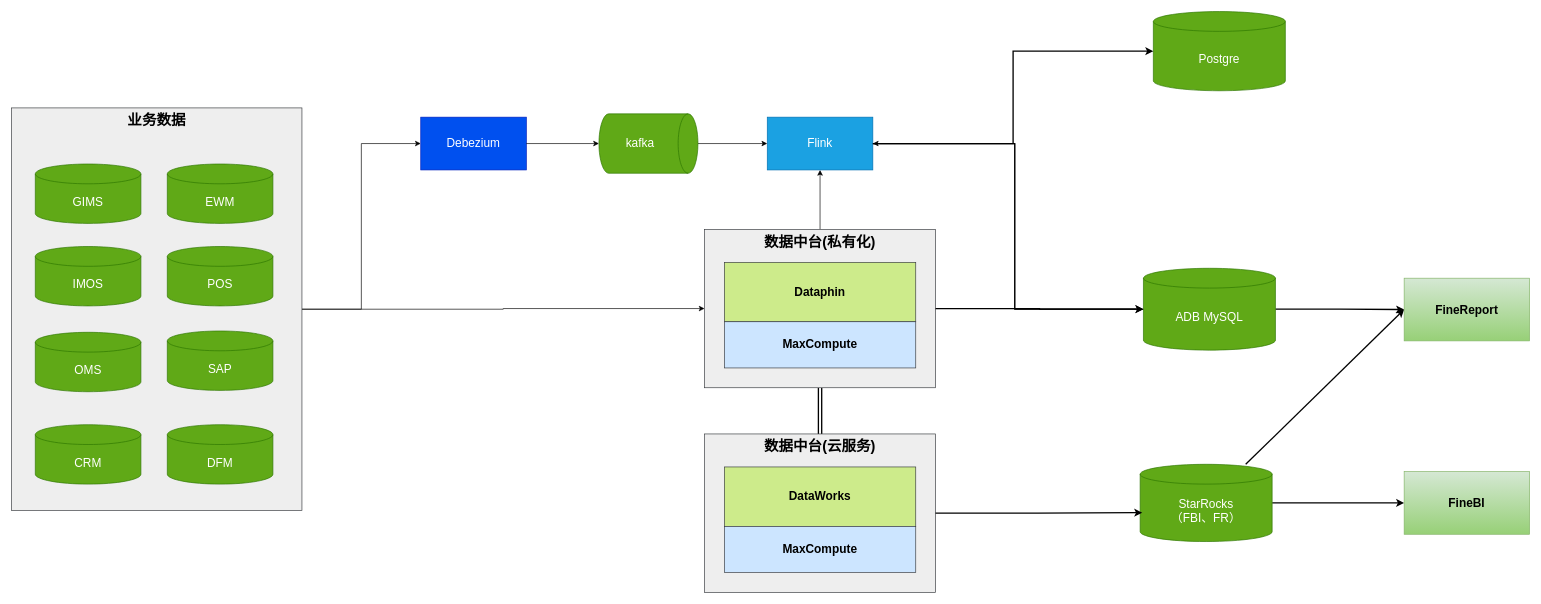
Earlier version of the draw.io diagram page "技术架构" (1 of 3) of bsd.drawio (starzy1990/diagrams). Source tidied: cells renumbered, new cells numbered last; positions are measured from the earlier drawing's top-left corner, leaving out a move shared by most shapes. Both pictures are drawn from the tidied source at 66%, with x=0, y=0 at pixel (11, 11).
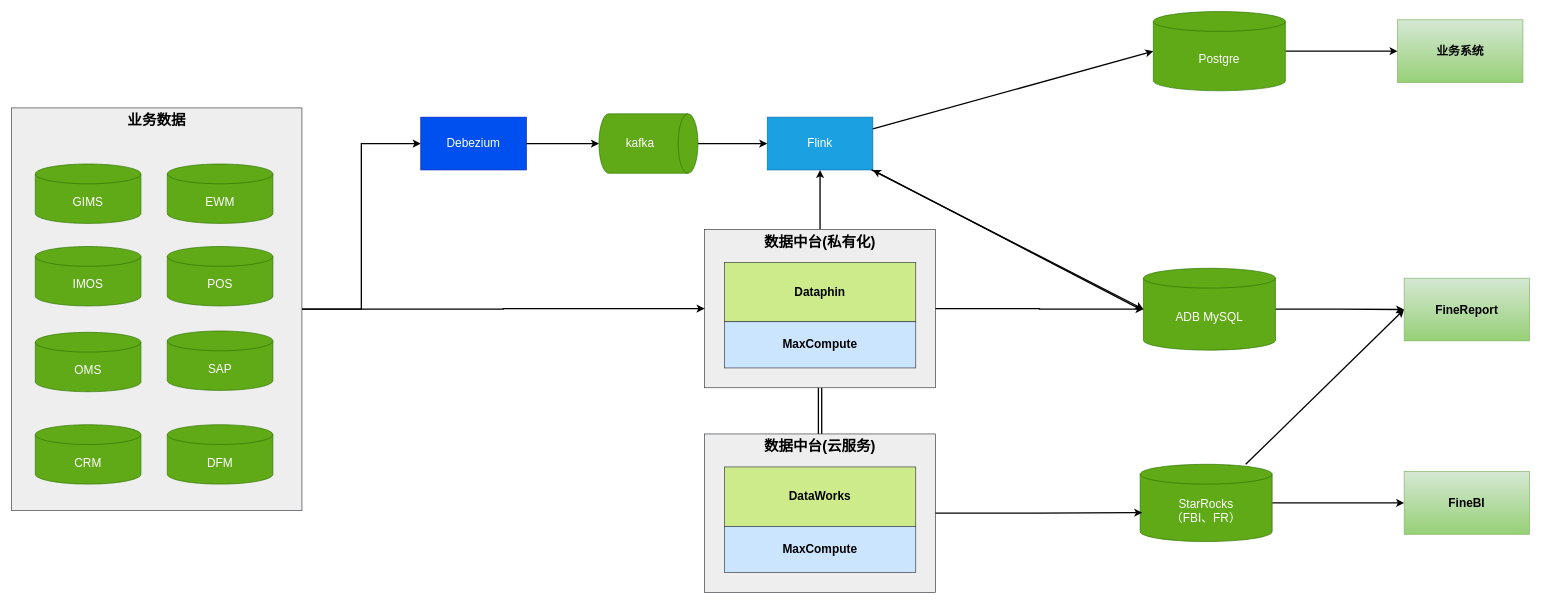
After the change.

The change refers to these unchanged cells:
```xml
<mxCell id="4" value="数据中台(私有化)" style="rounded=0;whiteSpace=wrap;html=1;fillColor=#eeeeee;strokeColor=#36393d;verticalAlign=top;fontSize=22;fontStyle=1;" parent="1" vertex="1">
  <mxGeometry x="1050" y="330" width="350" height="240" as="geometry" />
</mxCell>
<mxCell id="7" value="Postgre" style="shape=cylinder3;whiteSpace=wrap;html=1;boundedLbl=1;backgroundOutline=1;size=15;fillColor=#60a917;strokeColor=#2D7600;fontColor=#ffffff;fontSize=18;" parent="1" vertex="1">
  <mxGeometry x="1730" width="200" height="120" as="geometry" />
</mxCell>
<mxCell id="13" value="ADB MySQL" style="shape=cylinder3;whiteSpace=wrap;html=1;boundedLbl=1;backgroundOutline=1;size=15;fillColor=#60a917;strokeColor=#2D7600;fontColor=#ffffff;fontSize=18;" parent="1" vertex="1">
  <mxGeometry x="1715" y="389" width="200" height="124" as="geometry" />
</mxCell>
<mxCell id="18" value="Flink" style="rounded=0;whiteSpace=wrap;html=1;fillColor=#1ba1e2;fontColor=#ffffff;strokeColor=#006EAF;fontSize=18;" parent="1" vertex="1">
  <mxGeometry x="1145" y="160" width="160" height="80" as="geometry" />
</mxCell>
<mxCell id="19" value="Debezium" style="rounded=0;whiteSpace=wrap;html=1;fillColor=#0050ef;fontColor=#ffffff;strokeColor=#001DBC;fontSize=18;" parent="1" vertex="1">
  <mxGeometry x="620" y="160" width="160" height="80" as="geometry" />
</mxCell>
<mxCell id="21" value="kafka" style="shape=cylinder3;whiteSpace=wrap;html=1;boundedLbl=1;backgroundOutline=1;size=15;direction=south;fillColor=#60a917;fontColor=#ffffff;strokeColor=#2D7600;fontSize=18;" parent="1" vertex="1">
  <mxGeometry x="890" y="155" width="150" height="90" as="geometry" />
</mxCell>
<mxCell id="25" value="业务数据" style="rounded=0;whiteSpace=wrap;html=1;fillColor=#eeeeee;strokeColor=#36393d;verticalAlign=top;fontStyle=1;fontSize=22;" parent="1" vertex="1">
  <mxGeometry y="146" width="440" height="610" as="geometry" />
</mxCell>
```

The edit, as a diff of the source:
```diff
@@
-    <mxCell id="2" style="edgeStyle=orthogonalEdgeStyle;rounded=0;jettySize=auto;html=1;entryX=0.5;entryY=1;entryDx=0;entryDy=0;" parent="1" edge="1" source="4" target="18">
+    <mxCell id="2" style="edgeStyle=orthogonalEdgeStyle;rounded=0;jettySize=auto;html=1;entryX=0.5;entryY=1;entryDx=0;entryDy=0;strokeWidth=2;" parent="1" edge="1" source="4" target="18">
       <mxGeometry relative="1" as="geometry" />
     </mxCell>
@@
+    <mxCell id="39" style="edgeStyle=orthogonalEdgeStyle;rounded=0;jettySize=auto;html=1;entryX=0;entryY=0.5;entryDx=0;entryDy=0;strokeWidth=2;" parent="1" edge="1" source="7" target="40">
+      <mxGeometry relative="1" as="geometry" />
+    </mxCell>
@@
-    <mxCell id="12" style="edgeStyle=orthogonalEdgeStyle;rounded=0;jettySize=auto;html=1;entryX=1;entryY=0.5;entryDx=0;entryDy=0;" parent="1" edge="1" source="13" target="18">
+    <mxCell id="12" style="rounded=0;jettySize=auto;html=1;entryX=1;entryY=1;entryDx=0;entryDy=0;strokeWidth=2;" parent="1" edge="1" target="18">
       <mxGeometry relative="1" as="geometry">
-        <Array as="points">
-          <mxPoint x="1520" y="451" />
-          <mxPoint x="1520" y="200" />
-        </Array>
+        <mxPoint x="1710" y="451" as="sourcePoint" />
       </mxGeometry>
     </mxCell>
@@
-    <mxCell id="20" style="edgeStyle=orthogonalEdgeStyle;rounded=0;jettySize=auto;html=1;entryX=0;entryY=0.5;entryDx=0;entryDy=0;" parent="1" edge="1" source="21" target="18">
+    <mxCell id="20" style="edgeStyle=orthogonalEdgeStyle;rounded=0;jettySize=auto;html=1;entryX=0;entryY=0.5;entryDx=0;entryDy=0;strokeWidth=2;" parent="1" edge="1" source="21" target="18">
       <mxGeometry relative="1" as="geometry" />
     </mxCell>
@@
-    <mxCell id="22" style="edgeStyle=orthogonalEdgeStyle;rounded=0;jettySize=auto;html=1;entryX=0.5;entryY=1;entryDx=0;entryDy=0;entryPerimeter=0;" parent="1" edge="1" source="19" target="21">
+    <mxCell id="22" style="edgeStyle=orthogonalEdgeStyle;rounded=0;jettySize=auto;html=1;entryX=0.5;entryY=1;entryDx=0;entryDy=0;entryPerimeter=0;strokeWidth=2;" parent="1" edge="1" source="19" target="21">
       <mxGeometry relative="1" as="geometry" />
     </mxCell>
-    <mxCell id="23" style="edgeStyle=orthogonalEdgeStyle;rounded=0;jettySize=auto;html=1;entryX=0;entryY=0.5;entryDx=0;entryDy=0;" parent="1" edge="1" source="25" target="4">
+    <mxCell id="23" style="edgeStyle=orthogonalEdgeStyle;rounded=0;jettySize=auto;html=1;entryX=0;entryY=0.5;entryDx=0;entryDy=0;strokeWidth=2;" parent="1" edge="1" source="25" target="4">
       <mxGeometry relative="1" as="geometry" />
     </mxCell>
-    <mxCell id="24" style="edgeStyle=orthogonalEdgeStyle;rounded=0;jettySize=auto;html=1;entryX=0;entryY=0.5;entryDx=0;entryDy=0;" parent="1" edge="1" source="25" target="19">
+    <mxCell id="24" style="edgeStyle=orthogonalEdgeStyle;rounded=0;jettySize=auto;html=1;entryX=0;entryY=0.5;entryDx=0;entryDy=0;strokeWidth=2;" parent="1" edge="1" source="25" target="19">
       <mxGeometry relative="1" as="geometry" />
     </mxCell>
@@
-    <mxCell id="34" style="edgeStyle=orthogonalEdgeStyle;rounded=0;jettySize=auto;html=1;entryX=0;entryY=0.5;entryDx=0;entryDy=0;entryPerimeter=0;strokeWidth=2;" parent="1" edge="1" source="18" target="7">
+    <mxCell id="34" style="rounded=0;jettySize=auto;html=1;entryX=0;entryY=0.5;entryDx=0;entryDy=0;entryPerimeter=0;strokeWidth=2;" parent="1" edge="1" source="18" target="7">
       <mxGeometry relative="1" as="geometry" />
     </mxCell>
@@
-    <mxCell id="37" style="edgeStyle=orthogonalEdgeStyle;rounded=0;jettySize=auto;html=1;entryX=0;entryY=0.5;entryDx=0;entryDy=0;entryPerimeter=0;strokeWidth=2;" parent="1" edge="1" source="18" target="13">
-      <mxGeometry relative="1" as="geometry">
-        <Array as="points">
-          <mxPoint x="1520" y="200" />
-          <mxPoint x="1520" y="451" />
-        </Array>
-      </mxGeometry>
+    <mxCell id="37" style="rounded=0;jettySize=auto;html=1;entryX=0;entryY=0.5;entryDx=0;entryDy=0;entryPerimeter=0;strokeWidth=2;" parent="1" edge="1" source="18" target="13">
+      <mxGeometry relative="1" as="geometry" />
     </mxCell>
@@
+    <mxCell id="40" value="业务系统" style="rounded=0;whiteSpace=wrap;html=1;fillColor=#d5e8d4;strokeColor=#82b366;fontSize=18;fontStyle=1;gradientColor=#97d077;" parent="1" vertex="1">
+      <mxGeometry x="2100" y="12.5" width="190" height="95" as="geometry" />
+    </mxCell>
```
